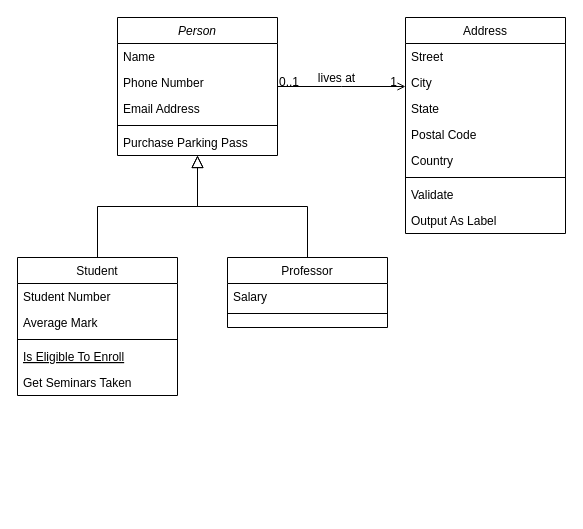
Earlier version of the draw.io diagram Ex.5/Nimetön kaavio.drawio (JunnuD/Object-Oriented-Programming-2024). Source tidied: cells renumbered, new cells numbered last; positions are measured from the earlier drawing's top-left corner, leaving out a move shared by most shapes. Both pictures are drawn from the tidied source at 100%, with x=0, y=0 at pixel (17, 17).
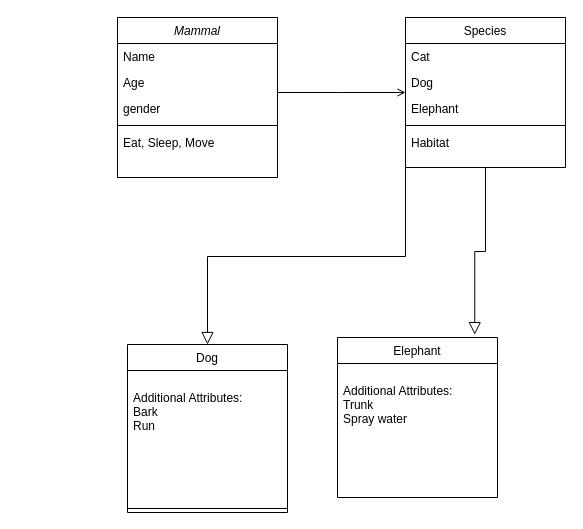
Above is the later version.

Unchanged cells that the change refers to:
```xml
<mxCell id="28" style="endArrow=open;shadow=0;strokeWidth=1;rounded=0;endFill=1;edgeStyle=elbowEdgeStyle;elbow=vertical;" parent="1" edge="1" source="2" target="19">
  <mxGeometry x="0.5" y="41" relative="1" as="geometry">
    <mxPoint x="-40" y="32" as="offset" />
  </mxGeometry>
</mxCell>
```

Diff of the diagram source:
```diff
@@
-    <mxCell id="2" value="Person" style="swimlane;fontStyle=2;align=center;verticalAlign=top;horizontal=1;startSize=26;rounded=0;shadow=0;strokeWidth=1;" parent="1" vertex="1">
-      <mxGeometry x="100" width="160" height="138" as="geometry" />
+    <mxCell id="2" value="Mammal" style="swimlane;fontStyle=2;align=center;verticalAlign=top;horizontal=1;startSize=26;rounded=0;shadow=0;strokeWidth=1;" parent="1" vertex="1">
+      <mxGeometry x="100" width="160" height="160" as="geometry" />
     </mxCell>
@@
-    <mxCell id="4" value="Phone Number" style="text;align=left;verticalAlign=top;spacingLeft=4;spacingRight=4;overflow=hidden;rounded=0;shadow=0;html=0;" parent="2" vertex="1">
+    <mxCell id="4" value="Age" style="text;align=left;verticalAlign=top;spacingLeft=4;spacingRight=4;overflow=hidden;rounded=0;shadow=0;html=0;" parent="2" vertex="1">
       <mxGeometry y="52" width="160" height="26" as="geometry" />
     </mxCell>
-    <mxCell id="5" value="Email Address" style="text;align=left;verticalAlign=top;spacingLeft=4;spacingRight=4;overflow=hidden;rounded=0;shadow=0;html=0;" parent="2" vertex="1">
+    <mxCell id="5" value="gender" style="text;align=left;verticalAlign=top;spacingLeft=4;spacingRight=4;overflow=hidden;rounded=0;shadow=0;html=0;" parent="2" vertex="1">
       <mxGeometry y="78" width="160" height="26" as="geometry" />
     </mxCell>
@@
-    <mxCell id="7" value="Purchase Parking Pass" style="text;align=left;verticalAlign=top;spacingLeft=4;spacingRight=4;overflow=hidden;" parent="2" vertex="1">
-      <mxGeometry y="112" width="160" height="26" as="geometry" />
+    <mxCell id="7" value="Eat, Sleep, Move&#10;" style="text;align=left;verticalAlign=top;spacingLeft=4;spacingRight=4;overflow=hidden;" parent="2" vertex="1">
+      <mxGeometry y="112" width="160" height="28" as="geometry" />
     </mxCell>
-    <mxCell id="8" value="Student" style="swimlane;fontStyle=0;align=center;verticalAlign=top;horizontal=1;startSize=26;rounded=0;shadow=0;strokeWidth=1;" parent="1" vertex="1">
-      <mxGeometry y="240" width="160" height="138" as="geometry" />
+    <mxCell id="8" value="Dog" style="swimlane;fontStyle=0;align=center;verticalAlign=top;horizontal=1;startSize=26;rounded=0;shadow=0;strokeWidth=1;" parent="1" vertex="1">
+      <mxGeometry x="110" y="327" width="160" height="168" as="geometry" />
     </mxCell>
-    <mxCell id="9" value="Student Number" style="text;align=left;verticalAlign=top;spacingLeft=4;spacingRight=4;overflow=hidden;" parent="8" vertex="1">
-      <mxGeometry y="26" width="160" height="26" as="geometry" />
-    </mxCell>
-    <mxCell id="10" value="Average Mark" style="text;align=left;verticalAlign=top;spacingLeft=4;spacingRight=4;overflow=hidden;rounded=0;shadow=0;html=0;" parent="8" vertex="1">
-      <mxGeometry y="52" width="160" height="26" as="geometry" />
-    </mxCell>
+    <mxCell id="32" value="&#10;Additional Attributes:&#10;Bark&#10;Run&#10;" style="text;align=left;verticalAlign=top;spacingLeft=4;spacingRight=4;overflow=hidden;" parent="8" vertex="1">
+      <mxGeometry y="26" width="160" height="134" as="geometry" />
+    </mxCell>
     <mxCell id="11" style="line;html=1;strokeWidth=1;align=left;verticalAlign=middle;spacingTop=-1;spacingLeft=3;spacingRight=3;labelPosition=right;" parent="8" vertex="1">
-      <mxGeometry y="78" width="160" height="8" as="geometry" />
+      <mxGeometry y="160" width="160" height="8" as="geometry" />
     </mxCell>
-    <mxCell id="12" value="Is Eligible To Enroll" style="text;align=left;verticalAlign=top;spacingLeft=4;spacingRight=4;overflow=hidden;fontStyle=4;" parent="8" vertex="1">
-      <mxGeometry y="86" width="160" height="26" as="geometry" />
-    </mxCell>
-    <mxCell id="13" value="Get Seminars Taken" style="text;align=left;verticalAlign=top;spacingLeft=4;spacingRight=4;overflow=hidden;" parent="8" vertex="1">
-      <mxGeometry y="112" width="160" height="26" as="geometry" />
-    </mxCell>
-    <mxCell id="14" style="endArrow=block;endSize=10;endFill=0;shadow=0;strokeWidth=1;rounded=0;edgeStyle=elbowEdgeStyle;elbow=vertical;" parent="1" edge="1" source="8" target="2">
+    <mxCell id="14" style="endArrow=block;endSize=10;endFill=0;shadow=0;strokeWidth=1;rounded=0;edgeStyle=elbowEdgeStyle;elbow=vertical;entryX=0.5;entryY=0;entryDx=0;entryDy=0;exitX=0;exitY=1;exitDx=0;exitDy=0;" parent="1" edge="1" source="19" target="8">
       <mxGeometry relative="1" as="geometry" />
     </mxCell>
-    <mxCell id="15" value="Professor" style="swimlane;fontStyle=0;align=center;verticalAlign=top;horizontal=1;startSize=26;rounded=0;shadow=0;strokeWidth=1;" parent="1" vertex="1">
-      <mxGeometry x="210" y="240" width="160" height="70" as="geometry" />
+    <mxCell id="15" value="Elephant" style="swimlane;fontStyle=0;align=center;verticalAlign=top;horizontal=1;startSize=26;rounded=0;shadow=0;strokeWidth=1;" parent="1" vertex="1">
+      <mxGeometry x="320" y="320" width="160" height="160" as="geometry" />
     </mxCell>
-    <mxCell id="16" value="Salary" style="text;align=left;verticalAlign=top;spacingLeft=4;spacingRight=4;overflow=hidden;" parent="15" vertex="1">
-      <mxGeometry y="26" width="160" height="26" as="geometry" />
+    <mxCell id="16" value="&#10;Additional Attributes:&#10;Trunk &#10;Spray water&#10;" style="text;align=left;verticalAlign=top;spacingLeft=4;spacingRight=4;overflow=hidden;" parent="15" vertex="1">
+      <mxGeometry y="26" width="160" height="134" as="geometry" />
     </mxCell>
-    <mxCell id="17" style="line;html=1;strokeWidth=1;align=left;verticalAlign=middle;spacingTop=-1;spacingLeft=3;spacingRight=3;labelPosition=right;" parent="15" vertex="1">
-      <mxGeometry y="52" width="160" height="8" as="geometry" />
-    </mxCell>
-    <mxCell id="18" style="endArrow=block;endSize=10;endFill=0;shadow=0;strokeWidth=1;rounded=0;edgeStyle=elbowEdgeStyle;elbow=vertical;" parent="1" edge="1" source="15" target="2">
+    <mxCell id="18" style="endArrow=block;endSize=10;endFill=0;shadow=0;strokeWidth=1;rounded=0;edgeStyle=elbowEdgeStyle;elbow=vertical;entryX=0.858;entryY=-0.018;entryDx=0;entryDy=0;entryPerimeter=0;exitX=0.5;exitY=1;exitDx=0;exitDy=0;" parent="1" edge="1" source="19" target="15">
       <mxGeometry relative="1" as="geometry" />
     </mxCell>
-    <mxCell id="19" value="Address" style="swimlane;fontStyle=0;align=center;verticalAlign=top;horizontal=1;startSize=26;rounded=0;shadow=0;strokeWidth=1;" parent="1" vertex="1">
-      <mxGeometry x="388" width="160" height="216" as="geometry" />
+    <mxCell id="19" value="Species" style="swimlane;fontStyle=0;align=center;verticalAlign=top;horizontal=1;startSize=26;rounded=0;shadow=0;strokeWidth=1;" parent="1" vertex="1">
+      <mxGeometry x="388" width="160" height="150" as="geometry" />
     </mxCell>
-    <mxCell id="20" value="Street" style="text;align=left;verticalAlign=top;spacingLeft=4;spacingRight=4;overflow=hidden;" parent="19" vertex="1">
+    <mxCell id="20" value="Cat" style="text;align=left;verticalAlign=top;spacingLeft=4;spacingRight=4;overflow=hidden;" parent="19" vertex="1">
       <mxGeometry y="26" width="160" height="26" as="geometry" />
     </mxCell>
-    <mxCell id="21" value="City" style="text;align=left;verticalAlign=top;spacingLeft=4;spacingRight=4;overflow=hidden;rounded=0;shadow=0;html=0;" parent="19" vertex="1">
+    <mxCell id="21" value="Dog" style="text;align=left;verticalAlign=top;spacingLeft=4;spacingRight=4;overflow=hidden;rounded=0;shadow=0;html=0;" parent="19" vertex="1">
       <mxGeometry y="52" width="160" height="26" as="geometry" />
     </mxCell>
-    <mxCell id="22" value="State" style="text;align=left;verticalAlign=top;spacingLeft=4;spacingRight=4;overflow=hidden;rounded=0;shadow=0;html=0;" parent="19" vertex="1">
+    <mxCell id="22" value="Elephant" style="text;align=left;verticalAlign=top;spacingLeft=4;spacingRight=4;overflow=hidden;rounded=0;shadow=0;html=0;" parent="19" vertex="1">
       <mxGeometry y="78" width="160" height="26" as="geometry" />
     </mxCell>
-    <mxCell id="23" value="Postal Code" style="text;align=left;verticalAlign=top;spacingLeft=4;spacingRight=4;overflow=hidden;rounded=0;shadow=0;html=0;" parent="19" vertex="1">
-      <mxGeometry y="104" width="160" height="26" as="geometry" />
-    </mxCell>
-    <mxCell id="24" value="Country" style="text;align=left;verticalAlign=top;spacingLeft=4;spacingRight=4;overflow=hidden;rounded=0;shadow=0;html=0;" parent="19" vertex="1">
-      <mxGeometry y="130" width="160" height="26" as="geometry" />
-    </mxCell>
     <mxCell id="25" style="line;html=1;strokeWidth=1;align=left;verticalAlign=middle;spacingTop=-1;spacingLeft=3;spacingRight=3;labelPosition=right;" parent="19" vertex="1">
-      <mxGeometry y="156" width="160" height="8" as="geometry" />
+      <mxGeometry y="104" width="160" height="8" as="geometry" />
     </mxCell>
-    <mxCell id="26" value="Validate" style="text;align=left;verticalAlign=top;spacingLeft=4;spacingRight=4;overflow=hidden;" parent="19" vertex="1">
-      <mxGeometry y="164" width="160" height="26" as="geometry" />
+    <mxCell id="26" value="Habitat" style="text;align=left;verticalAlign=top;spacingLeft=4;spacingRight=4;overflow=hidden;" parent="19" vertex="1">
+      <mxGeometry y="112" width="160" height="26" as="geometry" />
     </mxCell>
-    <mxCell id="27" value="Output As Label" style="text;align=left;verticalAlign=top;spacingLeft=4;spacingRight=4;overflow=hidden;" parent="19" vertex="1">
-      <mxGeometry y="190" width="160" height="26" as="geometry" />
-    </mxCell>
@@
-    <mxCell id="29" value="0..1" style="align=left;verticalAlign=bottom;labelBackgroundColor=none;fontSize=12;" parent="28" vertex="1">
-      <mxGeometry x="-1" relative="1" as="geometry">
-        <mxPoint y="4" as="offset" />
-      </mxGeometry>
-    </mxCell>
-    <mxCell id="30" value="1" style="align=right;verticalAlign=bottom;labelBackgroundColor=none;fontSize=12;" parent="28" vertex="1">
-      <mxGeometry x="1" relative="1" as="geometry">
-        <mxPoint x="-7" y="4" as="offset" />
-      </mxGeometry>
-    </mxCell>
-    <mxCell id="31" value="lives at" style="text;html=1;align=center;verticalAlign=middle;labelBackgroundColor=none;rounded=0;shadow=0;strokeWidth=1;fontSize=12;" parent="28" vertex="1">
-      <mxGeometry x="0.5" y="49" relative="1" as="geometry">
-        <mxPoint x="-38" y="40" as="offset" />
-      </mxGeometry>
-    </mxCell>
```
